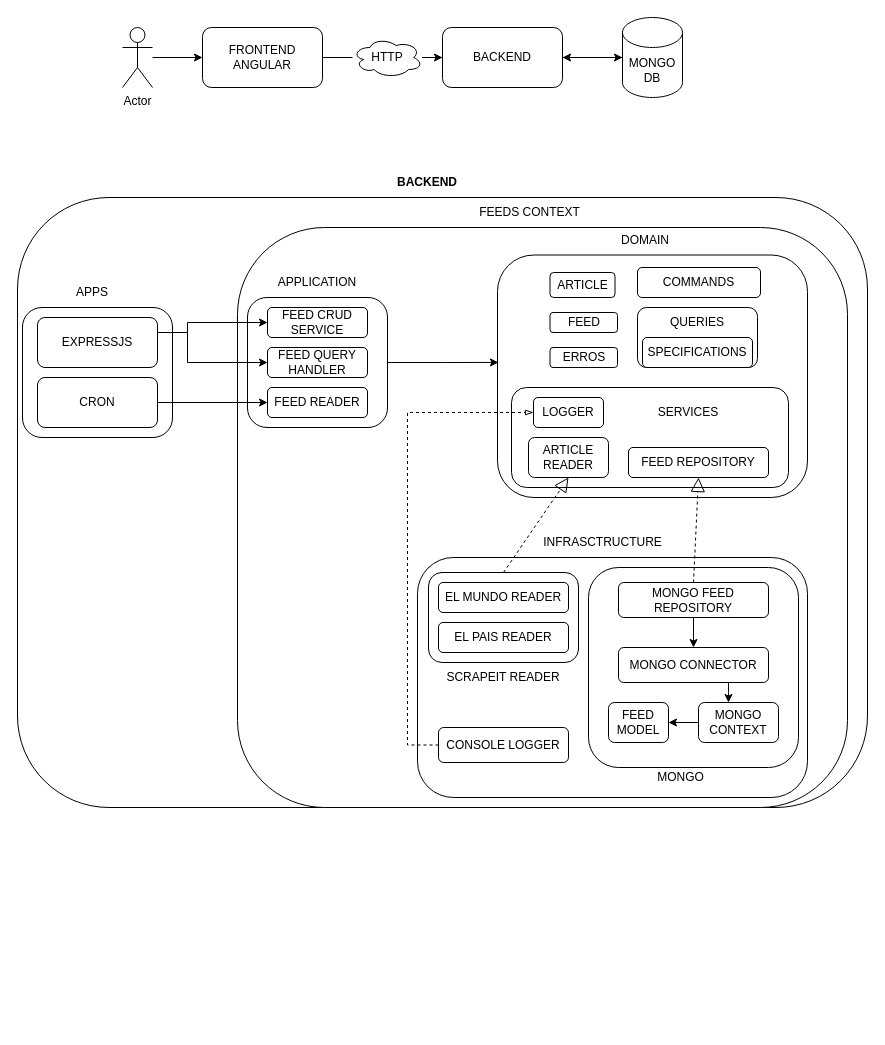
This is docs/architecture_diagram.drawio from carlCarlson6/DailyTrends, a draw.io file, before an edit. Source tidied: cells renumbered, new cells numbered last; positions are measured from the earlier drawing's top-left corner, leaving out a move shared by most shapes. Both pictures are drawn from the tidied source at 100%, with x=0, y=0 at pixel (17, 17).
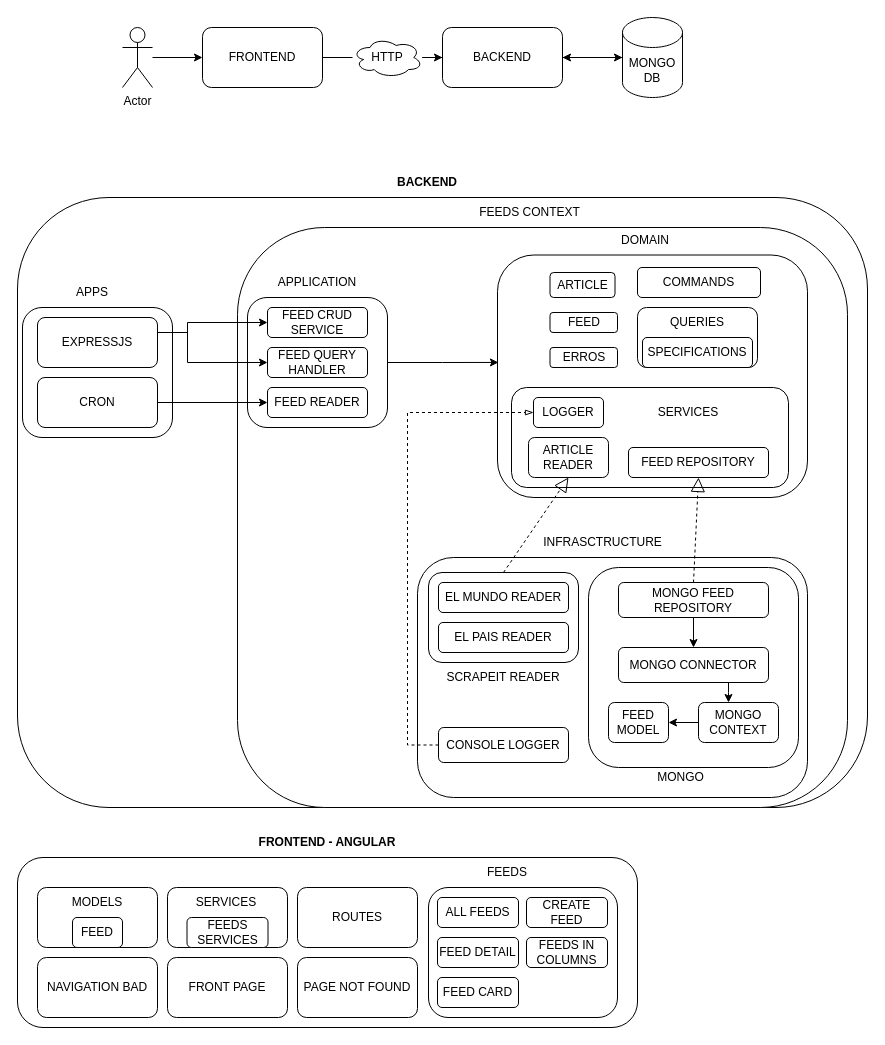
After the change.

Diff of the diagram source:
```diff
@@
+    <mxCell id="62" style="rounded=1;whiteSpace=wrap;html=1;" parent="1" vertex="1">
+      <mxGeometry y="840" width="620" height="170" as="geometry" />
+    </mxCell>
+    <mxCell id="63" style="rounded=1;whiteSpace=wrap;html=1;" parent="1" vertex="1">
+      <mxGeometry x="411" y="870" width="189" height="130" as="geometry" />
+    </mxCell>
+    <mxCell id="64" style="rounded=1;whiteSpace=wrap;html=1;" parent="1" vertex="1">
+      <mxGeometry x="20" y="870" width="120" height="60" as="geometry" />
+    </mxCell>
@@
-    <mxCell id="14" value="FRONTEND ANGULAR" style="rounded=1;whiteSpace=wrap;html=1;" parent="1" vertex="1">
+    <mxCell id="14" value="FRONTEND" style="rounded=1;whiteSpace=wrap;html=1;" parent="1" vertex="1">
       <mxGeometry x="185" y="10" width="120" height="60" as="geometry" />
     </mxCell>
@@
+    <mxCell id="65" value="PAGE NOT FOUND" style="rounded=1;whiteSpace=wrap;html=1;" parent="1" vertex="1">
+      <mxGeometry x="280" y="940" width="120" height="60" as="geometry" />
+    </mxCell>
+    <mxCell id="66" value="NAVIGATION BAD" style="rounded=1;whiteSpace=wrap;html=1;" parent="1" vertex="1">
+      <mxGeometry x="20" y="940" width="120" height="60" as="geometry" />
+    </mxCell>
+    <mxCell id="67" value="FRONT PAGE" style="rounded=1;whiteSpace=wrap;html=1;" parent="1" vertex="1">
+      <mxGeometry x="150" y="940" width="120" height="60" as="geometry" />
+    </mxCell>
+    <mxCell id="68" value="FEED" style="rounded=1;whiteSpace=wrap;html=1;" parent="1" vertex="1">
+      <mxGeometry x="55" y="900" width="50" height="30" as="geometry" />
+    </mxCell>
+    <mxCell id="69" value="MODELS" style="text;html=1;strokeColor=none;fillColor=none;align=center;verticalAlign=middle;whiteSpace=wrap;rounded=0;" parent="1" vertex="1">
+      <mxGeometry x="50" y="870" width="60" height="30" as="geometry" />
+    </mxCell>
+    <mxCell id="70" style="rounded=1;whiteSpace=wrap;html=1;" parent="1" vertex="1">
+      <mxGeometry x="150" y="870" width="120" height="60" as="geometry" />
+    </mxCell>
+    <mxCell id="71" value="FEEDS SERVICES" style="rounded=1;whiteSpace=wrap;html=1;" parent="1" vertex="1">
+      <mxGeometry x="169.5" y="900" width="81" height="30" as="geometry" />
+    </mxCell>
+    <mxCell id="72" value="SERVICES" style="text;html=1;strokeColor=none;fillColor=none;align=center;verticalAlign=middle;whiteSpace=wrap;rounded=0;" parent="1" vertex="1">
+      <mxGeometry x="179" y="870" width="60" height="30" as="geometry" />
+    </mxCell>
+    <mxCell id="73" value="ROUTES" style="rounded=1;whiteSpace=wrap;html=1;" parent="1" vertex="1">
+      <mxGeometry x="280" y="870" width="120" height="60" as="geometry" />
+    </mxCell>
+    <mxCell id="74" value="ALL FEEDS" style="rounded=1;whiteSpace=wrap;html=1;" parent="1" vertex="1">
+      <mxGeometry x="420" y="880" width="81" height="30" as="geometry" />
+    </mxCell>
+    <mxCell id="75" value="CREATE FEED" style="rounded=1;whiteSpace=wrap;html=1;" parent="1" vertex="1">
+      <mxGeometry x="509" y="880" width="81" height="30" as="geometry" />
+    </mxCell>
+    <mxCell id="76" value="FEED CARD" style="rounded=1;whiteSpace=wrap;html=1;" parent="1" vertex="1">
+      <mxGeometry x="420" y="960" width="81" height="30" as="geometry" />
+    </mxCell>
+    <mxCell id="77" value="FEED DETAIL" style="rounded=1;whiteSpace=wrap;html=1;" parent="1" vertex="1">
+      <mxGeometry x="420" y="920" width="81" height="30" as="geometry" />
+    </mxCell>
+    <mxCell id="78" value="FEEDS IN COLUMNS" style="rounded=1;whiteSpace=wrap;html=1;" parent="1" vertex="1">
+      <mxGeometry x="509" y="920" width="81" height="30" as="geometry" />
+    </mxCell>
+    <mxCell id="79" value="FEEDS" style="text;html=1;strokeColor=none;fillColor=none;align=center;verticalAlign=middle;whiteSpace=wrap;rounded=0;" parent="1" vertex="1">
+      <mxGeometry x="460" y="840" width="60" height="30" as="geometry" />
+    </mxCell>
+    <mxCell id="80" value="&lt;b&gt;FRONTEND - ANGULAR&lt;/b&gt;" style="text;html=1;strokeColor=none;fillColor=none;align=center;verticalAlign=middle;whiteSpace=wrap;rounded=0;" parent="1" vertex="1">
+      <mxGeometry x="225" y="810" width="170" height="30" as="geometry" />
+    </mxCell>
```
